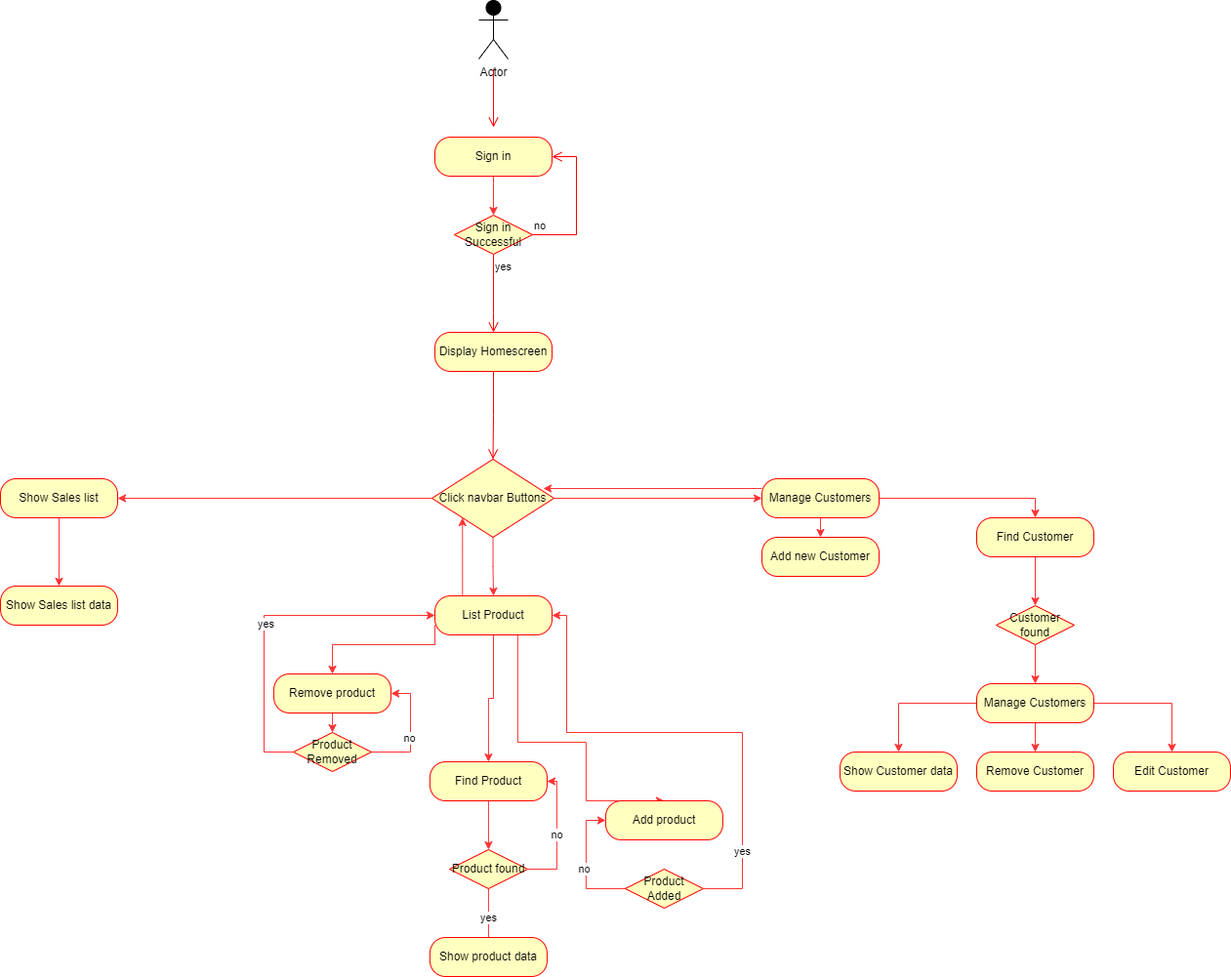
Before: images/diagrams/flow-diagram.drawio.png, a diagram exported from draw.io (CaetanoJS/software-laboratory). Source tidied: cells renumbered, new cells last; positions are measured from the earlier drawing's top-left corner, leaving out a move shared by most shapes. Source of this version:
```xml
<mxGraphModel>
  <root>
    <mxCell id="0" />
    <mxCell id="1" parent="0" />
    <mxCell id="2" style="edgeStyle=orthogonalEdgeStyle;html=1;verticalAlign=bottom;endArrow=open;endSize=8;strokeColor=#ff0000;rounded=0;" parent="1" edge="1">
      <mxGeometry relative="1" as="geometry">
        <mxPoint x="505" y="70" as="sourcePoint" />
        <mxPoint x="505" y="130" as="targetPoint" />
      </mxGeometry>
    </mxCell>
    <mxCell id="3" value="Display Homescreen" style="rounded=1;whiteSpace=wrap;html=1;arcSize=40;fontColor=#000000;fillColor=#ffffc0;strokeColor=#ff0000;labelBackgroundColor=none;" parent="1" vertex="1">
      <mxGeometry x="445" y="340" width="120" height="40" as="geometry" />
    </mxCell>
    <mxCell id="4" style="edgeStyle=orthogonalEdgeStyle;html=1;verticalAlign=bottom;endArrow=open;endSize=8;strokeColor=#ff0000;rounded=0;entryX=0.5;entryY=0;entryDx=0;entryDy=0;" parent="1" edge="1" source="3" target="48">
      <mxGeometry relative="1" as="geometry" />
    </mxCell>
    <mxCell id="5" style="edgeStyle=orthogonalEdgeStyle;rounded=0;jettySize=auto;html=1;entryX=0.5;entryY=0;entryDx=0;entryDy=0;fillColor=#FF3333;strokeColor=#FF3333;" parent="1" edge="1" source="8" target="10">
      <mxGeometry relative="1" as="geometry" />
    </mxCell>
    <mxCell id="6" style="edgeStyle=orthogonalEdgeStyle;rounded=0;jettySize=auto;html=1;exitX=0.5;exitY=1;exitDx=0;exitDy=0;entryX=0.5;entryY=0;entryDx=0;entryDy=0;strokeColor=#FF3333;fillColor=#FF3333;" parent="1" edge="1" source="8" target="49">
      <mxGeometry relative="1" as="geometry" />
    </mxCell>
    <mxCell id="7" style="edgeStyle=orthogonalEdgeStyle;rounded=0;jettySize=auto;html=1;exitX=0;exitY=0.25;exitDx=0;exitDy=0;entryX=0.912;entryY=0.375;entryDx=0;entryDy=0;entryPerimeter=0;strokeColor=#FF3333;fillColor=#FF3333;" parent="1" edge="1" source="8" target="48">
      <mxGeometry relative="1" as="geometry" />
    </mxCell>
    <mxCell id="8" value="Manage Customers" style="rounded=1;whiteSpace=wrap;html=1;arcSize=40;fontColor=#000000;fillColor=#ffffc0;strokeColor=#ff0000;labelBackgroundColor=none;" parent="1" vertex="1">
      <mxGeometry x="780" y="490" width="120" height="40" as="geometry" />
    </mxCell>
    <mxCell id="9" style="edgeStyle=orthogonalEdgeStyle;rounded=0;jettySize=auto;html=1;exitX=0.5;exitY=1;exitDx=0;exitDy=0;entryX=0.5;entryY=0;entryDx=0;entryDy=0;strokeColor=#FF3333;fillColor=#FF3333;" parent="1" edge="1" source="10" target="25">
      <mxGeometry relative="1" as="geometry" />
    </mxCell>
    <mxCell id="10" value="Find Customer" style="rounded=1;whiteSpace=wrap;html=1;arcSize=40;fontColor=#000000;fillColor=#ffffc0;strokeColor=#ff0000;labelBackgroundColor=none;" parent="1" vertex="1">
      <mxGeometry x="1000" y="530" width="120" height="40" as="geometry" />
    </mxCell>
    <mxCell id="11" style="edgeStyle=orthogonalEdgeStyle;rounded=0;jettySize=auto;html=1;exitX=0.75;exitY=1;exitDx=0;exitDy=0;entryX=0.5;entryY=0;entryDx=0;entryDy=0;strokeColor=#FF3333;" parent="1" edge="1" source="15" target="16">
      <mxGeometry relative="1" as="geometry">
        <Array as="points">
          <mxPoint x="529.9" y="760" />
          <mxPoint x="599.9" y="760" />
          <mxPoint x="599.9" y="820" />
        </Array>
      </mxGeometry>
    </mxCell>
    <mxCell id="12" style="edgeStyle=orthogonalEdgeStyle;rounded=0;jettySize=auto;html=1;exitX=0.5;exitY=1;exitDx=0;exitDy=0;entryX=0.5;entryY=0;entryDx=0;entryDy=0;strokeColor=#FF3333;" parent="1" edge="1" source="15" target="28">
      <mxGeometry relative="1" as="geometry" />
    </mxCell>
    <mxCell id="13" style="edgeStyle=orthogonalEdgeStyle;rounded=0;jettySize=auto;html=1;exitX=0.25;exitY=0;exitDx=0;exitDy=0;entryX=0;entryY=1;entryDx=0;entryDy=0;strokeColor=#FF3333;" parent="1" edge="1" source="15" target="48">
      <mxGeometry x="-0.45" y="-10" relative="1" as="geometry">
        <Array as="points">
          <mxPoint x="473" y="610" />
        </Array>
        <mxPoint y="1" as="offset" />
      </mxGeometry>
    </mxCell>
    <mxCell id="14" style="edgeStyle=orthogonalEdgeStyle;rounded=0;jettySize=auto;html=1;exitX=0;exitY=0.75;exitDx=0;exitDy=0;entryX=0.5;entryY=0;entryDx=0;entryDy=0;strokeColor=#FF3333;fillColor=#FF3333;" parent="1" edge="1" source="15" target="18">
      <mxGeometry relative="1" as="geometry">
        <Array as="points">
          <mxPoint x="445" y="660" />
          <mxPoint x="340" y="660" />
        </Array>
      </mxGeometry>
    </mxCell>
    <mxCell id="15" value="List Product" style="rounded=1;whiteSpace=wrap;html=1;arcSize=40;fontColor=#000000;fillColor=#ffffc0;strokeColor=#ff0000;labelBackgroundColor=none;" parent="1" vertex="1">
      <mxGeometry x="445" y="610" width="120" height="40" as="geometry" />
    </mxCell>
    <mxCell id="16" value="Add product" style="rounded=1;whiteSpace=wrap;html=1;arcSize=40;fontColor=#000000;fillColor=#ffffc0;strokeColor=#ff0000;labelBackgroundColor=none;" parent="1" vertex="1">
      <mxGeometry x="619.9" y="820" width="120" height="40" as="geometry" />
    </mxCell>
    <mxCell id="17" style="edgeStyle=orthogonalEdgeStyle;rounded=0;jettySize=auto;html=1;exitX=0.5;exitY=1;exitDx=0;exitDy=0;entryX=0.5;entryY=0;entryDx=0;entryDy=0;strokeColor=#FF3333;" parent="1" edge="1" source="18" target="38">
      <mxGeometry relative="1" as="geometry" />
    </mxCell>
    <mxCell id="18" value="Remove product" style="rounded=1;whiteSpace=wrap;html=1;arcSize=40;fontColor=#000000;fillColor=#ffffc0;strokeColor=#ff0000;labelBackgroundColor=none;" parent="1" vertex="1">
      <mxGeometry x="280" y="690" width="120" height="40" as="geometry" />
    </mxCell>
    <mxCell id="19" style="edgeStyle=orthogonalEdgeStyle;rounded=0;jettySize=auto;html=1;exitX=0.5;exitY=1;exitDx=0;exitDy=0;entryX=0.5;entryY=0;entryDx=0;entryDy=0;strokeColor=#FF3333;" parent="1" edge="1" source="20" target="21">
      <mxGeometry relative="1" as="geometry" />
    </mxCell>
    <mxCell id="20" value="Sign in" style="rounded=1;whiteSpace=wrap;html=1;arcSize=40;fontColor=#000000;fillColor=#ffffc0;strokeColor=#ff0000;labelBackgroundColor=none;" parent="1" vertex="1">
      <mxGeometry x="445" y="140" width="120" height="40" as="geometry" />
    </mxCell>
    <mxCell id="21" value="Sign in Successful" style="rhombus;whiteSpace=wrap;html=1;fillColor=#ffffc0;strokeColor=#ff0000;labelBackgroundColor=none;" parent="1" vertex="1">
      <mxGeometry x="465" y="220" width="80" height="40" as="geometry" />
    </mxCell>
    <mxCell id="22" value="no" style="edgeStyle=orthogonalEdgeStyle;html=1;align=left;verticalAlign=bottom;endArrow=open;endSize=8;strokeColor=#ff0000;rounded=0;entryX=1;entryY=0.5;entryDx=0;entryDy=0;exitX=1;exitY=0.5;exitDx=0;exitDy=0;" parent="1" edge="1" source="21" target="20">
      <mxGeometry x="-1" relative="1" as="geometry">
        <Array as="points">
          <mxPoint x="590" y="240" />
          <mxPoint x="590" y="160" />
        </Array>
      </mxGeometry>
    </mxCell>
    <mxCell id="23" value="yes" style="edgeStyle=orthogonalEdgeStyle;html=1;align=left;verticalAlign=top;endArrow=open;endSize=8;strokeColor=#ff0000;rounded=0;" parent="1" edge="1" source="21">
      <mxGeometry x="-1" relative="1" as="geometry">
        <mxPoint x="505" y="340" as="targetPoint" />
        <Array as="points">
          <mxPoint x="505" y="320" />
        </Array>
      </mxGeometry>
    </mxCell>
    <mxCell id="24" style="edgeStyle=orthogonalEdgeStyle;rounded=0;jettySize=auto;html=1;strokeColor=#FF3333;fillColor=#FF3333;" parent="1" edge="1" source="25" target="53">
      <mxGeometry relative="1" as="geometry" />
    </mxCell>
    <mxCell id="25" value="Customer found" style="rhombus;whiteSpace=wrap;html=1;fillColor=#ffffc0;strokeColor=#ff0000;labelBackgroundColor=none;" parent="1" vertex="1">
      <mxGeometry x="1020" y="620" width="80" height="40" as="geometry" />
    </mxCell>
    <mxCell id="26" value="Show Customer data" style="rounded=1;whiteSpace=wrap;html=1;arcSize=40;fontColor=#000000;fillColor=#ffffc0;strokeColor=#ff0000;labelBackgroundColor=none;" parent="1" vertex="1">
      <mxGeometry x="860" y="770" width="120" height="40" as="geometry" />
    </mxCell>
    <mxCell id="27" style="edgeStyle=orthogonalEdgeStyle;rounded=0;jettySize=auto;html=1;exitX=0.5;exitY=1;exitDx=0;exitDy=0;entryX=0.5;entryY=0;entryDx=0;entryDy=0;strokeColor=#FF3333;" parent="1" edge="1" source="28" target="32">
      <mxGeometry relative="1" as="geometry" />
    </mxCell>
    <mxCell id="28" value="Find Product" style="rounded=1;whiteSpace=wrap;html=1;arcSize=40;fontColor=#000000;fillColor=#ffffc0;strokeColor=#ff0000;labelBackgroundColor=none;" parent="1" vertex="1">
      <mxGeometry x="439.9" y="780" width="120" height="40" as="geometry" />
    </mxCell>
    <mxCell id="29" style="edgeStyle=orthogonalEdgeStyle;rounded=0;jettySize=auto;html=1;exitX=1;exitY=0.5;exitDx=0;exitDy=0;entryX=1;entryY=0.5;entryDx=0;entryDy=0;strokeColor=#FF3333;" parent="1" edge="1" source="32" target="28">
      <mxGeometry relative="1" as="geometry">
        <Array as="points">
          <mxPoint x="569.9" y="890" />
          <mxPoint x="569.9" y="800" />
        </Array>
      </mxGeometry>
    </mxCell>
    <mxCell id="30" value="no" style="edgeLabel;html=1;align=center;verticalAlign=middle;" parent="29" vertex="1">
      <mxGeometry relative="1" as="geometry" />
    </mxCell>
    <mxCell id="31" value="yes" style="edgeStyle=orthogonalEdgeStyle;rounded=0;jettySize=auto;html=1;exitX=0.5;exitY=1;exitDx=0;exitDy=0;strokeColor=#FF3333;" parent="1" edge="1" source="32">
      <mxGeometry relative="1" as="geometry">
        <mxPoint x="499.9" y="970" as="targetPoint" />
      </mxGeometry>
    </mxCell>
    <mxCell id="32" value="Product found" style="rhombus;whiteSpace=wrap;html=1;fillColor=#ffffc0;strokeColor=#ff0000;labelBackgroundColor=none;" parent="1" vertex="1">
      <mxGeometry x="459.9" y="870" width="80" height="40" as="geometry" />
    </mxCell>
    <mxCell id="33" value="Show product data" style="rounded=1;whiteSpace=wrap;html=1;arcSize=40;fontColor=#000000;fillColor=#ffffc0;strokeColor=#ff0000;labelBackgroundColor=none;" parent="1" vertex="1">
      <mxGeometry x="439.9" y="960" width="120" height="40" as="geometry" />
    </mxCell>
    <mxCell id="34" style="edgeStyle=orthogonalEdgeStyle;rounded=0;jettySize=auto;html=1;exitX=0;exitY=0.5;exitDx=0;exitDy=0;entryX=0;entryY=0.5;entryDx=0;entryDy=0;strokeColor=#FF3333;" parent="1" edge="1" source="38" target="15">
      <mxGeometry relative="1" as="geometry">
        <Array as="points">
          <mxPoint x="270" y="770" />
          <mxPoint x="270" y="630" />
        </Array>
      </mxGeometry>
    </mxCell>
    <mxCell id="35" value="yes" style="edgeLabel;html=1;align=center;verticalAlign=middle;" parent="34" vertex="1">
      <mxGeometry x="-0.06" y="-1" relative="1" as="geometry" />
    </mxCell>
    <mxCell id="36" style="edgeStyle=orthogonalEdgeStyle;rounded=0;jettySize=auto;html=1;exitX=1;exitY=0.5;exitDx=0;exitDy=0;entryX=1;entryY=0.5;entryDx=0;entryDy=0;strokeColor=#FF3333;" parent="1" edge="1" source="38" target="18">
      <mxGeometry relative="1" as="geometry">
        <Array as="points">
          <mxPoint x="420" y="770" />
          <mxPoint x="420" y="710" />
        </Array>
      </mxGeometry>
    </mxCell>
    <mxCell id="37" value="no" style="edgeLabel;html=1;align=center;verticalAlign=middle;" parent="36" vertex="1">
      <mxGeometry x="-0.1" y="2" relative="1" as="geometry" />
    </mxCell>
    <mxCell id="38" value="Product Removed" style="rhombus;whiteSpace=wrap;html=1;fillColor=#ffffc0;strokeColor=#ff0000;labelBackgroundColor=none;" parent="1" vertex="1">
      <mxGeometry x="300" y="750" width="80" height="40" as="geometry" />
    </mxCell>
    <mxCell id="39" style="edgeStyle=orthogonalEdgeStyle;rounded=0;jettySize=auto;html=1;exitX=0;exitY=0.5;exitDx=0;exitDy=0;entryX=0;entryY=0.5;entryDx=0;entryDy=0;strokeColor=#FF3333;" parent="1" edge="1" source="43" target="16">
      <mxGeometry relative="1" as="geometry" />
    </mxCell>
    <mxCell id="40" value="no" style="edgeLabel;html=1;align=center;verticalAlign=middle;" parent="39" vertex="1">
      <mxGeometry x="-0.06" y="2" relative="1" as="geometry" />
    </mxCell>
    <mxCell id="41" style="edgeStyle=orthogonalEdgeStyle;rounded=0;jettySize=auto;html=1;exitX=1;exitY=0.5;exitDx=0;exitDy=0;entryX=1;entryY=0.5;entryDx=0;entryDy=0;strokeColor=#FF3333;" parent="1" edge="1" source="43" target="15">
      <mxGeometry relative="1" as="geometry">
        <Array as="points">
          <mxPoint x="760" y="910" />
          <mxPoint x="760" y="750" />
          <mxPoint x="580" y="750" />
          <mxPoint x="580" y="630" />
        </Array>
      </mxGeometry>
    </mxCell>
    <mxCell id="42" value="yes" style="edgeLabel;html=1;align=center;verticalAlign=middle;" parent="41" vertex="1">
      <mxGeometry x="-0.69" y="1" relative="1" as="geometry" />
    </mxCell>
    <mxCell id="43" value="Product Added" style="rhombus;whiteSpace=wrap;html=1;fillColor=#ffffc0;strokeColor=#ff0000;labelBackgroundColor=none;" parent="1" vertex="1">
      <mxGeometry x="639.9" y="890" width="80" height="40" as="geometry" />
    </mxCell>
    <mxCell id="44" value="Actor" style="shape=umlActor;verticalLabelPosition=bottom;verticalAlign=top;html=1;labelBackgroundColor=none;fillColor=#000000;gradientColor=none;" parent="1" vertex="1">
      <mxGeometry x="490" width="30" height="60" as="geometry" />
    </mxCell>
    <mxCell id="45" style="edgeStyle=orthogonalEdgeStyle;rounded=0;jettySize=auto;html=1;exitX=0.5;exitY=1;exitDx=0;exitDy=0;entryX=0.5;entryY=0;entryDx=0;entryDy=0;strokeColor=#FF3333;" parent="1" edge="1" source="48" target="15">
      <mxGeometry relative="1" as="geometry" />
    </mxCell>
    <mxCell id="46" style="edgeStyle=orthogonalEdgeStyle;rounded=0;jettySize=auto;html=1;exitX=1;exitY=0.5;exitDx=0;exitDy=0;entryX=0;entryY=0.5;entryDx=0;entryDy=0;strokeColor=#FF3333;fillColor=#FF3333;" parent="1" edge="1" source="48" target="8">
      <mxGeometry relative="1" as="geometry" />
    </mxCell>
    <mxCell id="47" style="edgeStyle=orthogonalEdgeStyle;rounded=0;jettySize=auto;html=1;exitX=0;exitY=0.5;exitDx=0;exitDy=0;strokeColor=#FF3333;fillColor=#FF3333;" parent="1" edge="1" source="48" target="57">
      <mxGeometry relative="1" as="geometry" />
    </mxCell>
    <mxCell id="48" value="Click navbar Buttons" style="rhombus;whiteSpace=wrap;html=1;fillColor=#ffffc0;strokeColor=#ff0000;labelBackgroundColor=none;" parent="1" vertex="1">
      <mxGeometry x="442" y="470" width="125" height="80" as="geometry" />
    </mxCell>
    <mxCell id="49" value="Add new Customer" style="rounded=1;whiteSpace=wrap;html=1;arcSize=40;fontColor=#000000;fillColor=#ffffc0;strokeColor=#ff0000;labelBackgroundColor=none;" parent="1" vertex="1">
      <mxGeometry x="780" y="550" width="120" height="40" as="geometry" />
    </mxCell>
    <mxCell id="50" style="edgeStyle=orthogonalEdgeStyle;rounded=0;jettySize=auto;html=1;exitX=0;exitY=0.5;exitDx=0;exitDy=0;entryX=0.5;entryY=0;entryDx=0;entryDy=0;strokeColor=#FF3333;fillColor=#FF3333;" parent="1" edge="1" source="53" target="26">
      <mxGeometry relative="1" as="geometry" />
    </mxCell>
    <mxCell id="51" style="edgeStyle=orthogonalEdgeStyle;rounded=0;jettySize=auto;html=1;exitX=0.5;exitY=1;exitDx=0;exitDy=0;entryX=0.5;entryY=0;entryDx=0;entryDy=0;strokeColor=#FF3333;fillColor=#FF3333;" parent="1" edge="1" source="53" target="54">
      <mxGeometry relative="1" as="geometry" />
    </mxCell>
    <mxCell id="52" style="edgeStyle=orthogonalEdgeStyle;rounded=0;jettySize=auto;html=1;exitX=1;exitY=0.5;exitDx=0;exitDy=0;entryX=0.5;entryY=0;entryDx=0;entryDy=0;strokeColor=#FF3333;fillColor=#FF3333;" parent="1" edge="1" source="53" target="55">
      <mxGeometry relative="1" as="geometry" />
    </mxCell>
    <mxCell id="53" value="Manage Customers" style="rounded=1;whiteSpace=wrap;html=1;arcSize=40;fontColor=#000000;fillColor=#ffffc0;strokeColor=#ff0000;labelBackgroundColor=none;" parent="1" vertex="1">
      <mxGeometry x="1000" y="700" width="120" height="40" as="geometry" />
    </mxCell>
    <mxCell id="54" value="Remove Customer" style="rounded=1;whiteSpace=wrap;html=1;arcSize=40;fontColor=#000000;fillColor=#ffffc0;strokeColor=#ff0000;labelBackgroundColor=none;" parent="1" vertex="1">
      <mxGeometry x="1000" y="770" width="120" height="40" as="geometry" />
    </mxCell>
    <mxCell id="55" value="Edit Customer" style="rounded=1;whiteSpace=wrap;html=1;arcSize=40;fontColor=#000000;fillColor=#ffffc0;strokeColor=#ff0000;labelBackgroundColor=none;" parent="1" vertex="1">
      <mxGeometry x="1140" y="770" width="120" height="40" as="geometry" />
    </mxCell>
    <mxCell id="56" style="edgeStyle=orthogonalEdgeStyle;rounded=0;jettySize=auto;html=1;exitX=0.5;exitY=1;exitDx=0;exitDy=0;strokeColor=#FF3333;fillColor=#FF3333;" parent="1" edge="1" source="57">
      <mxGeometry relative="1" as="geometry">
        <mxPoint x="60" y="600" as="targetPoint" />
      </mxGeometry>
    </mxCell>
    <mxCell id="57" value="Show Sales list" style="rounded=1;whiteSpace=wrap;html=1;arcSize=40;fontColor=#000000;fillColor=#ffffc0;strokeColor=#ff0000;labelBackgroundColor=none;" parent="1" vertex="1">
      <mxGeometry y="490" width="120" height="40" as="geometry" />
    </mxCell>
    <mxCell id="58" value="Show Sales list data" style="rounded=1;whiteSpace=wrap;html=1;arcSize=40;fontColor=#000000;fillColor=#ffffc0;strokeColor=#ff0000;labelBackgroundColor=none;" parent="1" vertex="1">
      <mxGeometry y="600" width="120" height="40" as="geometry" />
    </mxCell>
  </root>
</mxGraphModel>
```
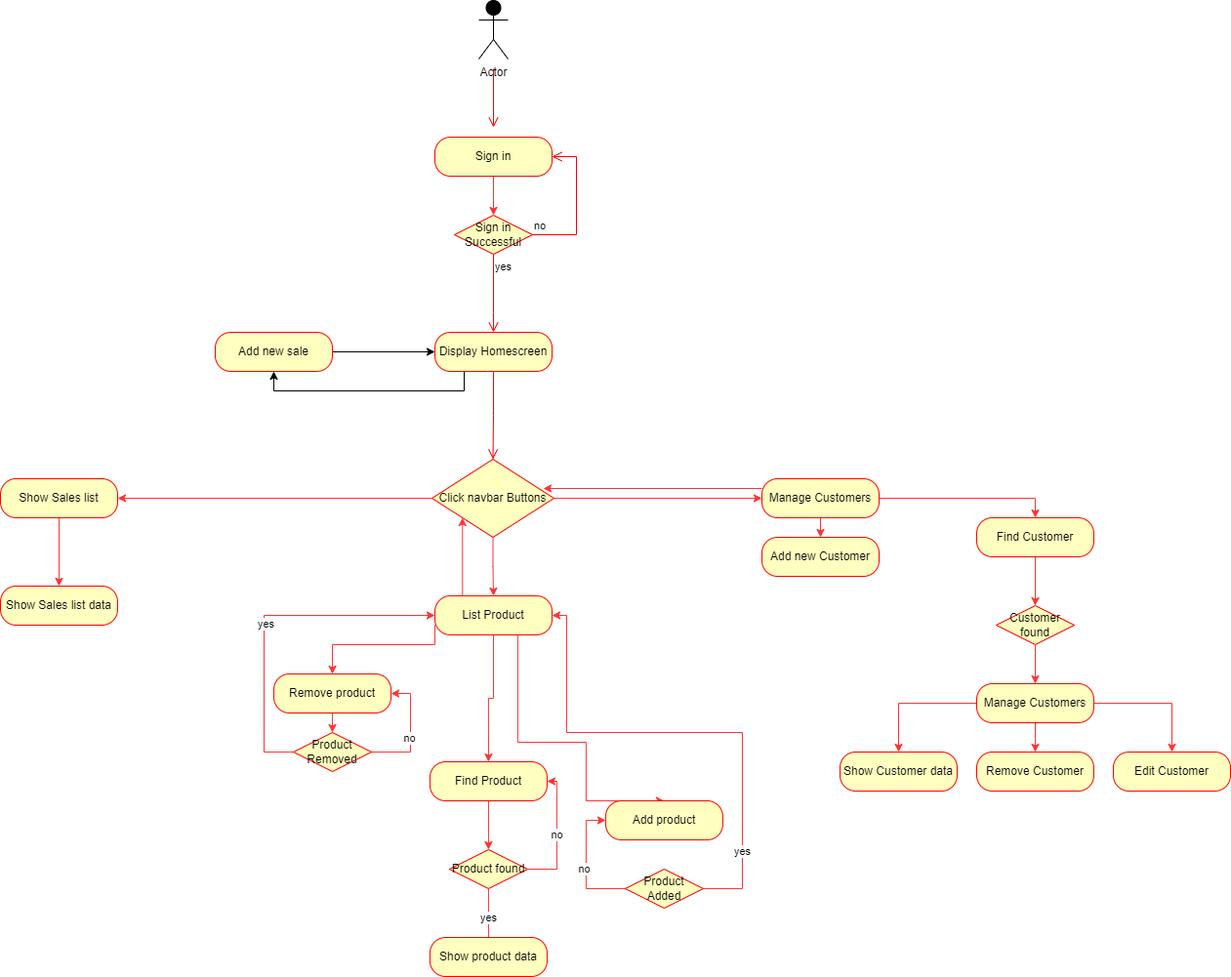
The same file after the commit.

Diff of the diagram source:
```diff
@@ -8,6 +8,9 @@
         <mxPoint x="505" y="130" as="targetPoint" />
       </mxGeometry>
     </mxCell>
+    <mxCell id="59" style="edgeStyle=orthogonalEdgeStyle;rounded=0;jettySize=auto;html=1;exitX=0.25;exitY=1;exitDx=0;exitDy=0;entryX=0.5;entryY=1;entryDx=0;entryDy=0;" parent="1" edge="1" source="3" target="61">
+      <mxGeometry relative="1" as="geometry" />
+    </mxCell>
     <mxCell id="3" value="Display Homescreen" style="rounded=1;whiteSpace=wrap;html=1;arcSize=40;fontColor=#000000;fillColor=#ffffc0;strokeColor=#ff0000;labelBackgroundColor=none;" parent="1" vertex="1">
       <mxGeometry x="445" y="340" width="120" height="40" as="geometry" />
     </mxCell>
@@ -228,5 +231,11 @@
     <mxCell id="58" value="Show Sales list data" style="rounded=1;whiteSpace=wrap;html=1;arcSize=40;fontColor=#000000;fillColor=#ffffc0;strokeColor=#ff0000;labelBackgroundColor=none;" parent="1" vertex="1">
       <mxGeometry y="600" width="120" height="40" as="geometry" />
     </mxCell>
+    <mxCell id="60" style="edgeStyle=orthogonalEdgeStyle;rounded=0;jettySize=auto;html=1;exitX=1;exitY=0.5;exitDx=0;exitDy=0;entryX=0;entryY=0.5;entryDx=0;entryDy=0;" parent="1" edge="1" source="61" target="3">
+      <mxGeometry relative="1" as="geometry" />
+    </mxCell>
+    <mxCell id="61" value="Add new sale" style="rounded=1;whiteSpace=wrap;html=1;arcSize=40;fontColor=#000000;fillColor=#ffffc0;strokeColor=#ff0000;labelBackgroundColor=none;" parent="1" vertex="1">
+      <mxGeometry x="220" y="340" width="120" height="40" as="geometry" />
+    </mxCell>
   </root>
 </mxGraphModel>
```
